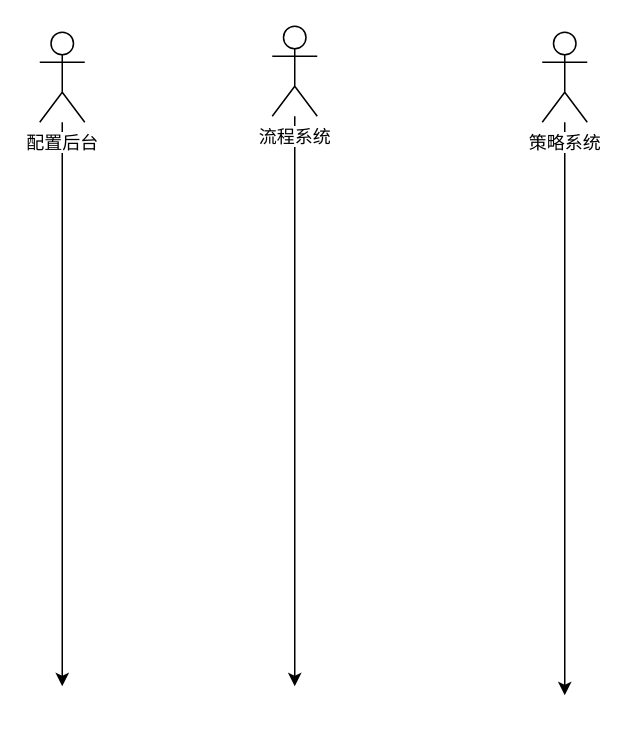
The draw.io diagram biao/风控 版本控制流程图.drawio in clickear/biao, before the edit. Source tidied: cells renumbered, new cells numbered last; positions are measured from the earlier drawing's top-left corner, leaving out a move shared by most shapes. Both pictures are drawn from the tidied source at 150%, with x=0, y=0 at pixel (39, 26).
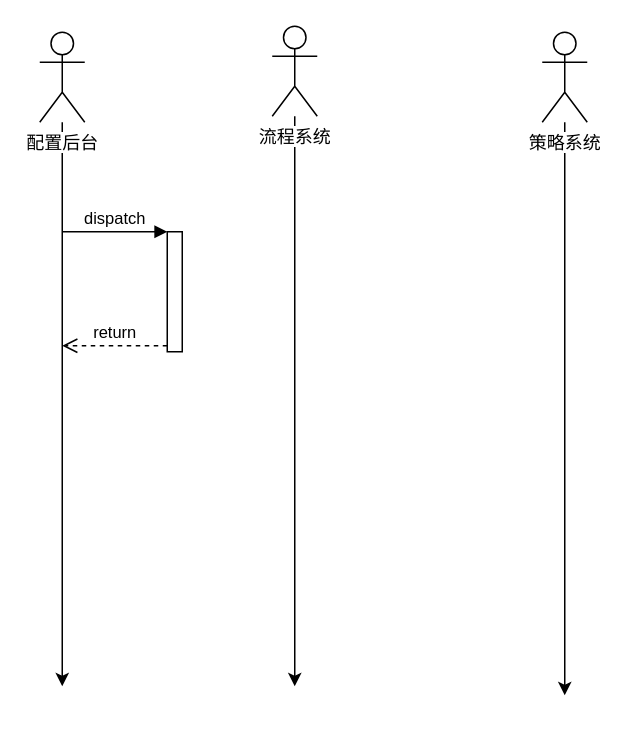
The same page after the edit.

Commit message:
Update 风控 版本控制流程图.drawio

Diff of the diagram source:
```diff
@@
 <mxGraphModel>
   <root>
     <mxCell id="0" />
     <mxCell id="1" parent="0" />
     <mxCell id="2" style="edgeStyle=orthogonalEdgeStyle;rounded=0;jettySize=auto;html=1;" parent="1" edge="1" source="3">
       <mxGeometry relative="1" as="geometry">
         <mxPoint x="15" y="440" as="targetPoint" />
       </mxGeometry>
     </mxCell>
     <mxCell id="3" value="配置后台" style="shape=umlActor;verticalLabelPosition=bottom;labelBackgroundColor=#ffffff;verticalAlign=top;html=1;" parent="1" vertex="1">
       <mxGeometry y="4" width="30" height="60" as="geometry" />
     </mxCell>
     <mxCell id="4" style="edgeStyle=orthogonalEdgeStyle;rounded=0;jettySize=auto;html=1;" parent="1" edge="1" source="5">
       <mxGeometry relative="1" as="geometry">
         <mxPoint x="170" y="440" as="targetPoint" />
       </mxGeometry>
     </mxCell>
     <mxCell id="5" value="流程系统" style="shape=umlActor;verticalLabelPosition=bottom;labelBackgroundColor=#ffffff;verticalAlign=top;html=1;" parent="1" vertex="1">
       <mxGeometry x="155" width="30" height="60" as="geometry" />
     </mxCell>
     <mxCell id="6" style="edgeStyle=orthogonalEdgeStyle;rounded=0;jettySize=auto;html=1;" parent="1" edge="1" source="7">
       <mxGeometry relative="1" as="geometry">
         <mxPoint x="350" y="446" as="targetPoint" />
       </mxGeometry>
     </mxCell>
     <mxCell id="7" value="策略系统" style="shape=umlActor;verticalLabelPosition=bottom;labelBackgroundColor=#ffffff;verticalAlign=top;html=1;" parent="1" vertex="1">
       <mxGeometry x="335" y="4" width="30" height="60" as="geometry" />
     </mxCell>
+    <mxCell id="8" style="html=1;points=[];perimeter=orthogonalPerimeter;" parent="1" vertex="1">
+      <mxGeometry x="85" y="137" width="10" height="80" as="geometry" />
+    </mxCell>
+    <mxCell id="9" value="dispatch" style="html=1;verticalAlign=bottom;endArrow=block;entryX=0;entryY=0;" parent="1" edge="1" target="8">
+      <mxGeometry relative="1" as="geometry">
+        <mxPoint x="15" y="137" as="sourcePoint" />
+      </mxGeometry>
+    </mxCell>
+    <mxCell id="10" value="return" style="html=1;verticalAlign=bottom;endArrow=open;dashed=1;endSize=8;exitX=0;exitY=0.95;" parent="1" edge="1" source="8">
+      <mxGeometry relative="1" as="geometry">
+        <mxPoint x="15" y="213" as="targetPoint" />
+      </mxGeometry>
+    </mxCell>
   </root>
 </mxGraphModel>
```
